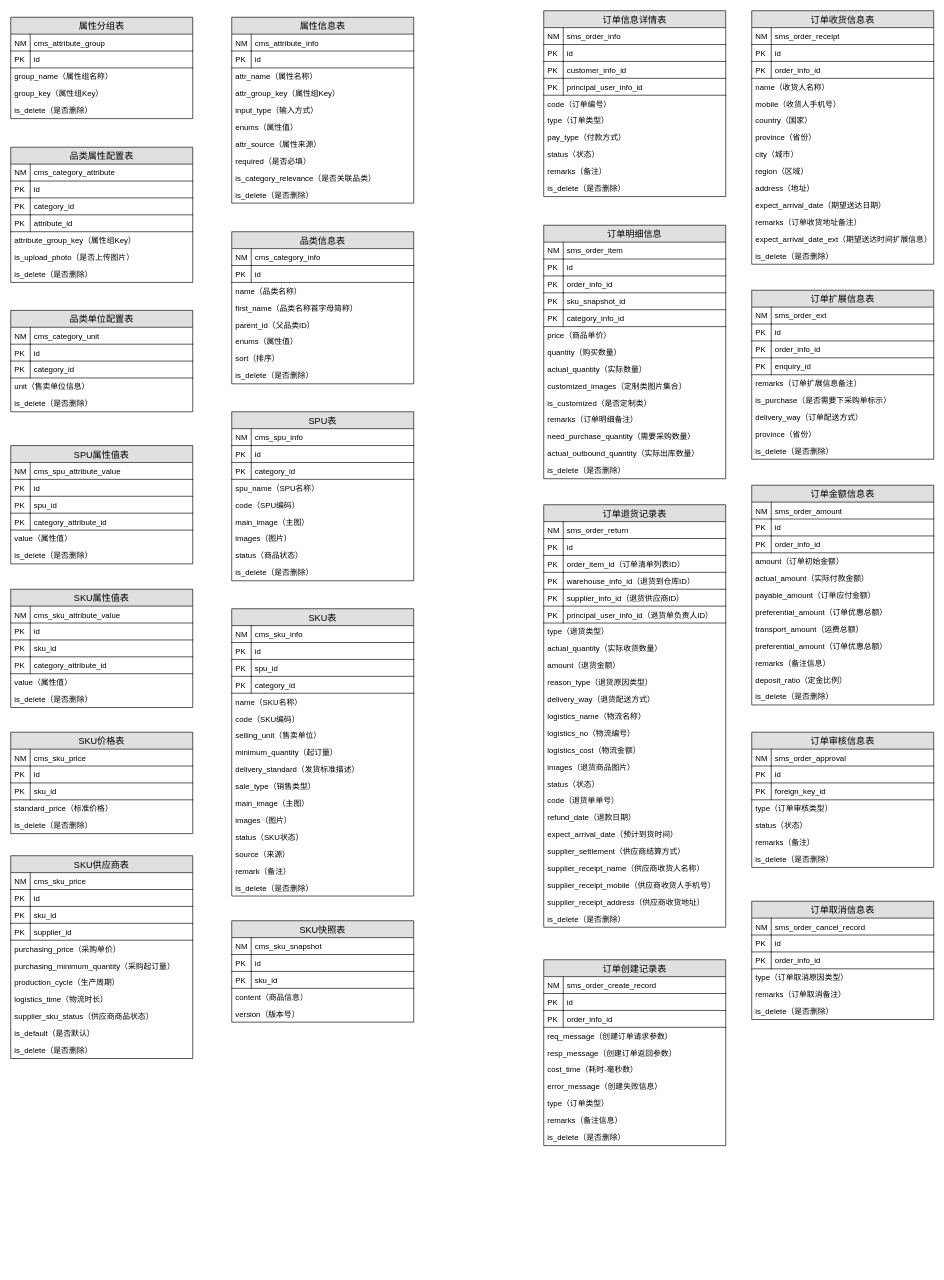
Above: page "第 5 页" (5 of 5) of 技术架构.drawio in jason-live/flow (draw.io), before the change. Source tidied: cells renumbered, new cells numbered last; positions are measured from the earlier drawing's top-left corner, leaving out a move shared by most shapes. Both pictures are drawn from the tidied source at 65%, with x=0, y=0 at pixel (10, 10).
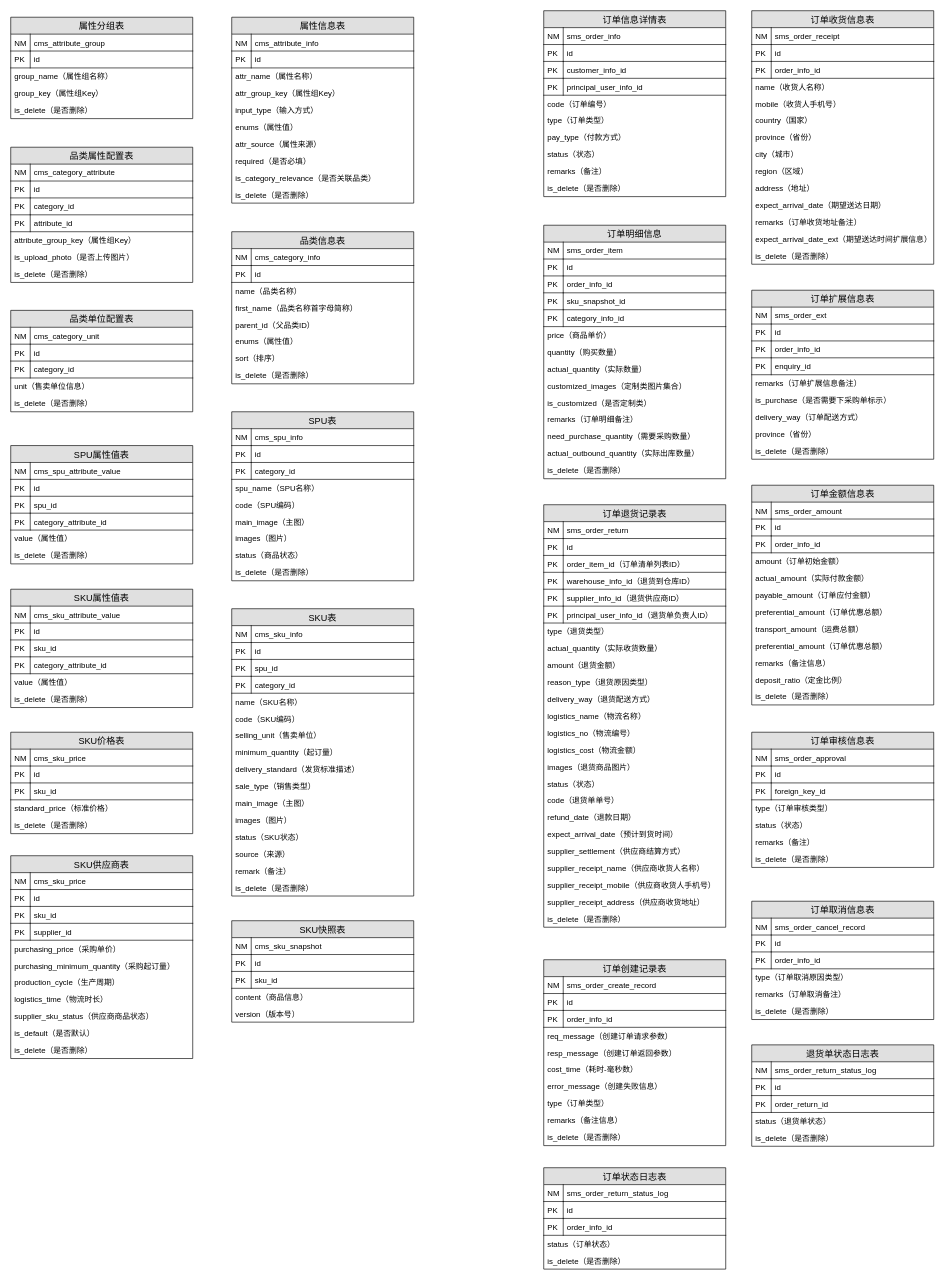
Above is the later version.

Diff of the diagram source:
```diff
@@
+    <mxCell id="294" value="退货单状态日志表" style="swimlane;fontStyle=0;horizontal=1;startSize=26;fillColor=#e0e0e0;swimlaneFillColor=#ffffff;align=center;fontSize=14;" parent="1" vertex="1">
+      <mxGeometry x="1140" y="1591" width="280" height="156" as="geometry" />
+    </mxCell>
+    <mxCell id="295" value="sms_order_return_status_log" style="shape=partialRectangle;top=0;left=0;right=0;bottom=1;align=left;verticalAlign=top;fillColor=none;spacingLeft=34;spacingRight=4;overflow=hidden;fontSize=12;" parent="294" vertex="1">
+      <mxGeometry y="26" width="280" height="26" as="geometry" />
+    </mxCell>
+    <mxCell id="296" value="NM" style="shape=partialRectangle;top=0;left=0;bottom=0;fillColor=none;align=left;verticalAlign=top;spacingLeft=4;spacingRight=4;overflow=hidden;fontSize=12;" parent="295" vertex="1">
+      <mxGeometry width="30" height="26" as="geometry" />
+    </mxCell>
+    <mxCell id="297" value="id" style="shape=partialRectangle;top=0;left=0;right=0;bottom=1;align=left;verticalAlign=top;fillColor=none;spacingLeft=34;spacingRight=4;overflow=hidden;fontSize=12;" parent="294" vertex="1">
+      <mxGeometry y="52" width="280" height="26" as="geometry" />
+    </mxCell>
+    <mxCell id="298" value="PK" style="shape=partialRectangle;top=0;left=0;bottom=0;fillColor=none;align=left;verticalAlign=top;spacingLeft=4;spacingRight=4;overflow=hidden;fontSize=12;" parent="297" vertex="1">
+      <mxGeometry width="30" height="26" as="geometry" />
+    </mxCell>
+    <mxCell id="299" value="order_return_id" style="shape=partialRectangle;top=0;left=0;right=0;bottom=1;align=left;verticalAlign=top;fillColor=none;spacingLeft=34;spacingRight=4;overflow=hidden;fontSize=12;" parent="294" vertex="1">
+      <mxGeometry y="78" width="280" height="26" as="geometry" />
+    </mxCell>
+    <mxCell id="300" value="PK" style="shape=partialRectangle;top=0;left=0;bottom=0;fillColor=none;align=left;verticalAlign=top;spacingLeft=4;spacingRight=4;overflow=hidden;fontSize=12;" parent="299" vertex="1">
+      <mxGeometry width="30" height="26" as="geometry" />
+    </mxCell>
+    <mxCell id="301" value="status（退货单状态）" style="text;strokeColor=none;fillColor=none;spacingLeft=4;spacingRight=4;overflow=hidden;fontSize=12;rounded=1;shadow=0;html=0;" parent="294" vertex="1">
+      <mxGeometry y="104" width="280" height="26" as="geometry" />
+    </mxCell>
+    <mxCell id="302" value="is_delete（是否删除）" style="text;strokeColor=none;fillColor=none;spacingLeft=4;spacingRight=4;overflow=hidden;fontSize=12;rounded=1;shadow=0;html=0;" parent="294" vertex="1">
+      <mxGeometry y="130" width="280" height="26" as="geometry" />
+    </mxCell>
+    <mxCell id="303" value="订单状态日志表" style="swimlane;fontStyle=0;horizontal=1;startSize=26;fillColor=#e0e0e0;swimlaneFillColor=#ffffff;align=center;fontSize=14;" parent="1" vertex="1">
+      <mxGeometry x="820" y="1780" width="280" height="156" as="geometry" />
+    </mxCell>
+    <mxCell id="304" value="sms_order_return_status_log" style="shape=partialRectangle;top=0;left=0;right=0;bottom=1;align=left;verticalAlign=top;fillColor=none;spacingLeft=34;spacingRight=4;overflow=hidden;fontSize=12;" parent="303" vertex="1">
+      <mxGeometry y="26" width="280" height="26" as="geometry" />
+    </mxCell>
+    <mxCell id="305" value="NM" style="shape=partialRectangle;top=0;left=0;bottom=0;fillColor=none;align=left;verticalAlign=top;spacingLeft=4;spacingRight=4;overflow=hidden;fontSize=12;" parent="304" vertex="1">
+      <mxGeometry width="30" height="26" as="geometry" />
+    </mxCell>
+    <mxCell id="306" value="id" style="shape=partialRectangle;top=0;left=0;right=0;bottom=1;align=left;verticalAlign=top;fillColor=none;spacingLeft=34;spacingRight=4;overflow=hidden;fontSize=12;" parent="303" vertex="1">
+      <mxGeometry y="52" width="280" height="26" as="geometry" />
+    </mxCell>
+    <mxCell id="307" value="PK" style="shape=partialRectangle;top=0;left=0;bottom=0;fillColor=none;align=left;verticalAlign=top;spacingLeft=4;spacingRight=4;overflow=hidden;fontSize=12;" parent="306" vertex="1">
+      <mxGeometry width="30" height="26" as="geometry" />
+    </mxCell>
+    <mxCell id="308" value="order_info_id" style="shape=partialRectangle;top=0;left=0;right=0;bottom=1;align=left;verticalAlign=top;fillColor=none;spacingLeft=34;spacingRight=4;overflow=hidden;fontSize=12;" parent="303" vertex="1">
+      <mxGeometry y="78" width="280" height="26" as="geometry" />
+    </mxCell>
+    <mxCell id="309" value="PK" style="shape=partialRectangle;top=0;left=0;bottom=0;fillColor=none;align=left;verticalAlign=top;spacingLeft=4;spacingRight=4;overflow=hidden;fontSize=12;" parent="308" vertex="1">
+      <mxGeometry width="30" height="26" as="geometry" />
+    </mxCell>
+    <mxCell id="310" value="status（订单状态）" style="text;strokeColor=none;fillColor=none;spacingLeft=4;spacingRight=4;overflow=hidden;fontSize=12;rounded=1;shadow=0;html=0;" parent="303" vertex="1">
+      <mxGeometry y="104" width="280" height="26" as="geometry" />
+    </mxCell>
+    <mxCell id="311" value="is_delete（是否删除）" style="text;strokeColor=none;fillColor=none;spacingLeft=4;spacingRight=4;overflow=hidden;fontSize=12;rounded=1;shadow=0;html=0;" parent="303" vertex="1">
+      <mxGeometry y="130" width="280" height="26" as="geometry" />
+    </mxCell>
```
